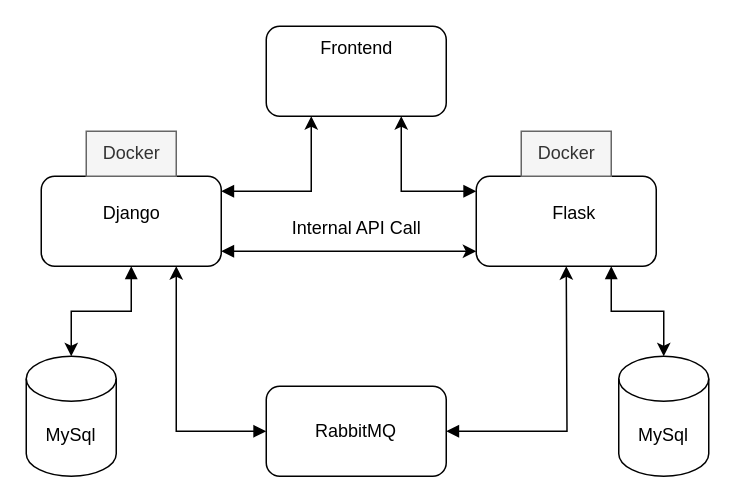
The draw.io diagram Tech-Stack.drawio in HoangLong248/Microservices-With-Python, before the edit. Source tidied: cells renumbered, new cells numbered last; positions are measured from the earlier drawing's top-left corner, leaving out a move shared by most shapes. Both pictures are drawn from the tidied source at 150%, with x=0, y=0 at pixel (26, 26).
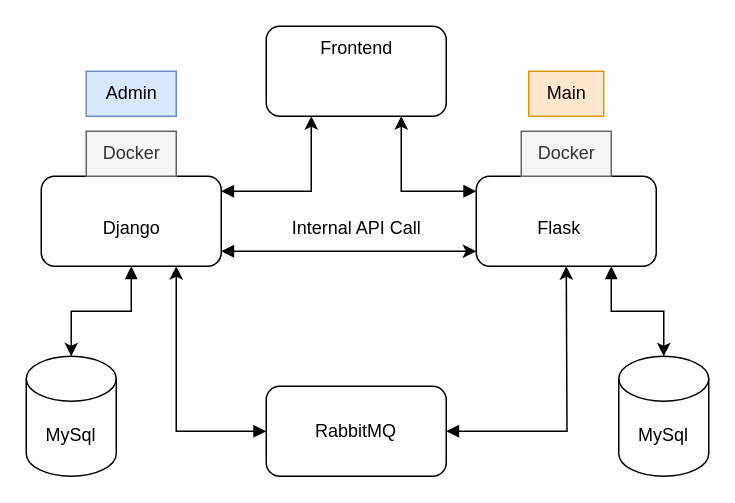
The same page after the edit.

Change to the diagram source:
```diff
@@
     <mxCell id="10" value="Django" style="text;html=1;align=center;verticalAlign=middle;strokeColor=none;fillColor=none;" parent="1" vertex="1">
-      <mxGeometry x="40" y="110" width="60" height="30" as="geometry" />
+      <mxGeometry x="40" y="120" width="60" height="30" as="geometry" />
     </mxCell>
     <mxCell id="11" value="Flask" style="text;html=1;align=center;verticalAlign=middle;strokeColor=none;fillColor=none;" parent="1" vertex="1">
-      <mxGeometry x="340" y="110" width="50" height="30" as="geometry" />
+      <mxGeometry x="330" y="120" width="50" height="30" as="geometry" />
     </mxCell>
@@
+    <mxCell id="21" value="Admin" style="text;html=1;align=center;verticalAlign=middle;strokeColor=#6c8ebf;fillColor=#dae8fc;" parent="1" vertex="1">
+      <mxGeometry x="40" y="30" width="60" height="30" as="geometry" />
+    </mxCell>
+    <mxCell id="22" value="Main" style="text;html=1;align=center;verticalAlign=middle;strokeColor=#d79b00;fillColor=#ffe6cc;" parent="1" vertex="1">
+      <mxGeometry x="335" y="30" width="50" height="30" as="geometry" />
+    </mxCell>
```
